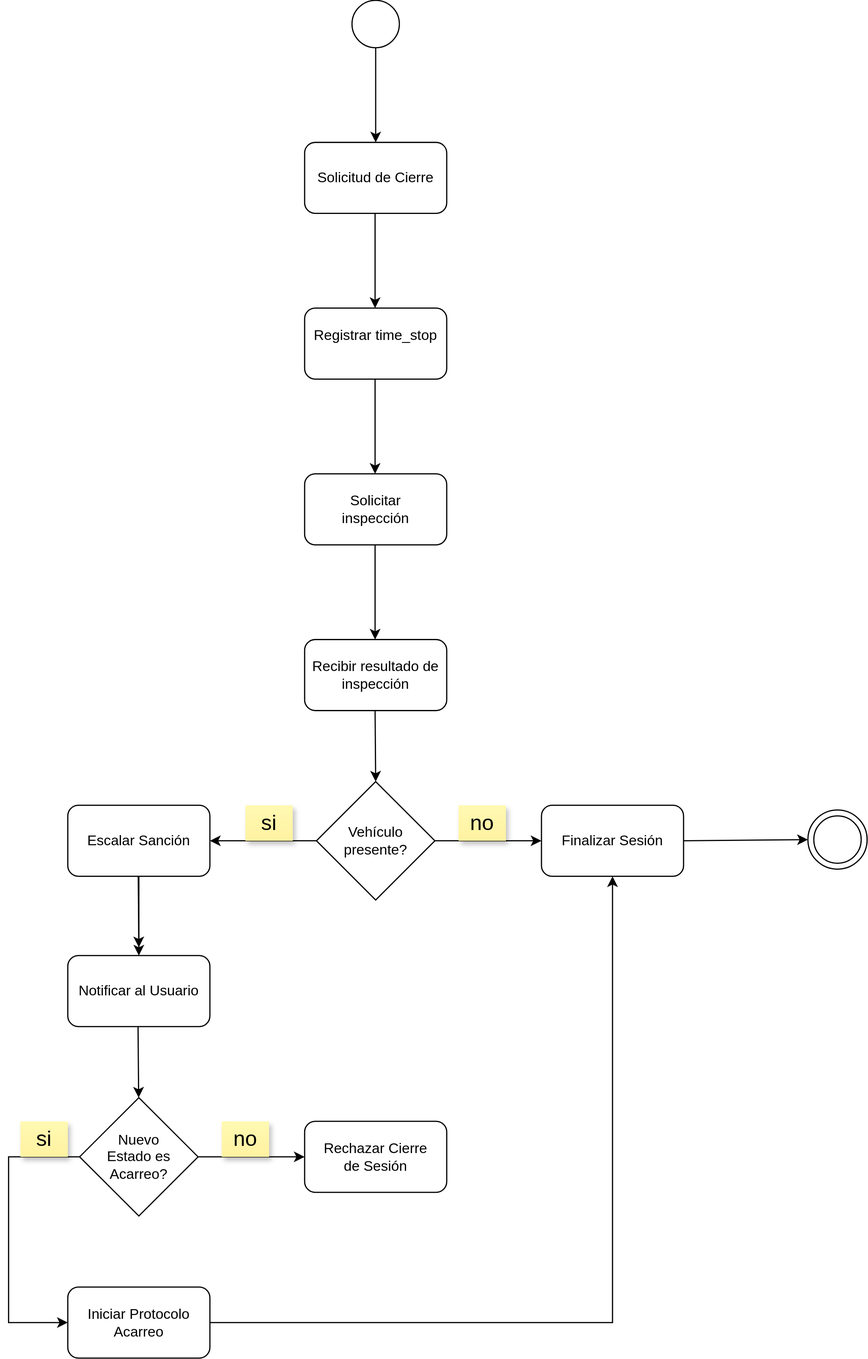
Before: docs/diagramas/exports/DG-008 – Flujo de Cierre de Sesión.drawio.svg, a diagram exported from draw.io (moriego71/sistema-estacionamiento-medido). Source tidied: cells renumbered, new cells last; positions are measured from the earlier drawing's top-left corner, leaving out a move shared by most shapes.
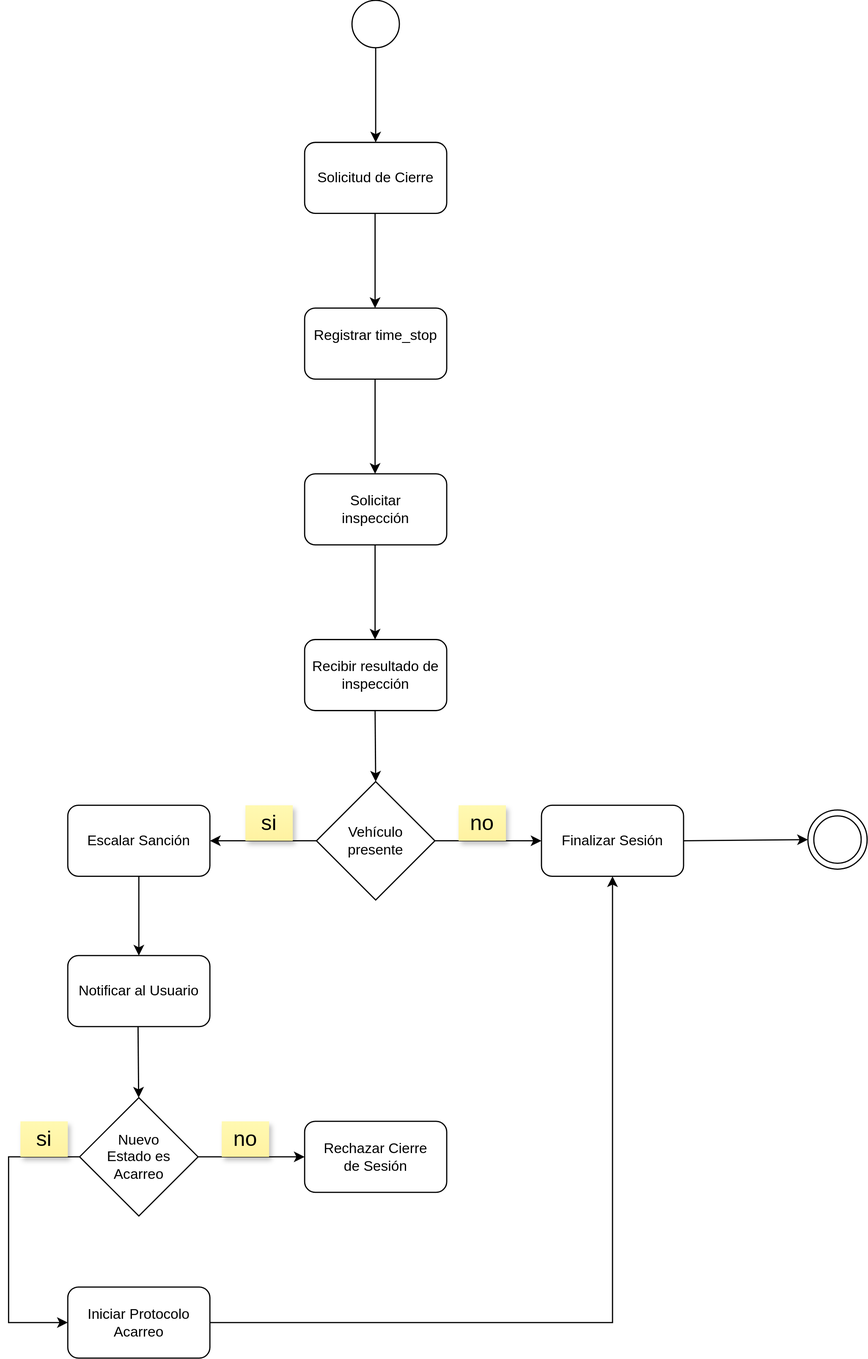
After the commit.

The edit, as a diff of the source:
```diff
@@ -17,7 +17,7 @@
     <mxCell id="6" value="Recibir resultado de inspección" style="rounded=1;whiteSpace=wrap;html=1;" parent="1" vertex="1">
       <mxGeometry x="250" y="540" width="120" height="60" as="geometry" />
     </mxCell>
-    <mxCell id="7" value="Vehículo presente?" style="rhombus;whiteSpace=wrap;html=1;" parent="1" vertex="1">
+    <mxCell id="7" value="Vehículo&lt;div&gt;presente&lt;/div&gt;" style="rhombus;whiteSpace=wrap;html=1;" parent="1" vertex="1">
       <mxGeometry x="260" y="660" width="100" height="100" as="geometry" />
     </mxCell>
     <mxCell id="8" style="ellipse;whiteSpace=wrap;html=1;" parent="1" vertex="1">
@@ -35,7 +35,7 @@
     <mxCell id="12" value="Iniciar Protocolo Acarreo" style="rounded=1;whiteSpace=wrap;html=1;" parent="1" vertex="1">
       <mxGeometry x="50" y="1087" width="120" height="60" as="geometry" />
     </mxCell>
-    <mxCell id="13" value="Nuevo&lt;div&gt;&amp;nbsp;Estado&amp;nbsp;&lt;span style=&quot;background-color: transparent; color: light-dark(rgb(0, 0, 0), rgb(255, 255, 255));&quot;&gt;es&amp;nbsp; Acarreo?&lt;/span&gt;&lt;/div&gt;" style="rhombus;whiteSpace=wrap;html=1;" parent="1" vertex="1">
+    <mxCell id="13" value="Nuevo&lt;div&gt;&amp;nbsp;Estado&amp;nbsp;&lt;span style=&quot;background-color: transparent; color: light-dark(rgb(0, 0, 0), rgb(255, 255, 255));&quot;&gt;es&amp;nbsp; Acarreo&lt;/span&gt;&lt;/div&gt;" style="rhombus;whiteSpace=wrap;html=1;" parent="1" vertex="1">
       <mxGeometry x="60" y="927" width="100" height="100" as="geometry" />
     </mxCell>
     <mxCell id="14" style="endArrow=classic;html=1;rounded=0;exitX=0.5;exitY=1;exitDx=0;exitDy=0;entryX=0.5;entryY=0;entryDx=0;entryDy=0;" parent="1" edge="1" source="2" target="3">
@@ -65,12 +65,6 @@
         <mxPoint x="310" y="660" as="targetPoint" />
       </mxGeometry>
     </mxCell>
-    <mxCell id="19" style="endArrow=classic;html=1;rounded=0;exitX=0.5;exitY=1;exitDx=0;exitDy=0;" parent="1" edge="1">
-      <mxGeometry relative="1" as="geometry">
-        <mxPoint x="109.5" y="740" as="sourcePoint" />
-        <mxPoint x="110" y="800" as="targetPoint" />
-      </mxGeometry>
-    </mxCell>
     <mxCell id="20" style="endArrow=classic;html=1;rounded=0;exitX=0;exitY=0.5;exitDx=0;exitDy=0;" parent="1" edge="1" source="7" target="11">
       <mxGeometry relative="1" as="geometry" />
     </mxCell>
```
